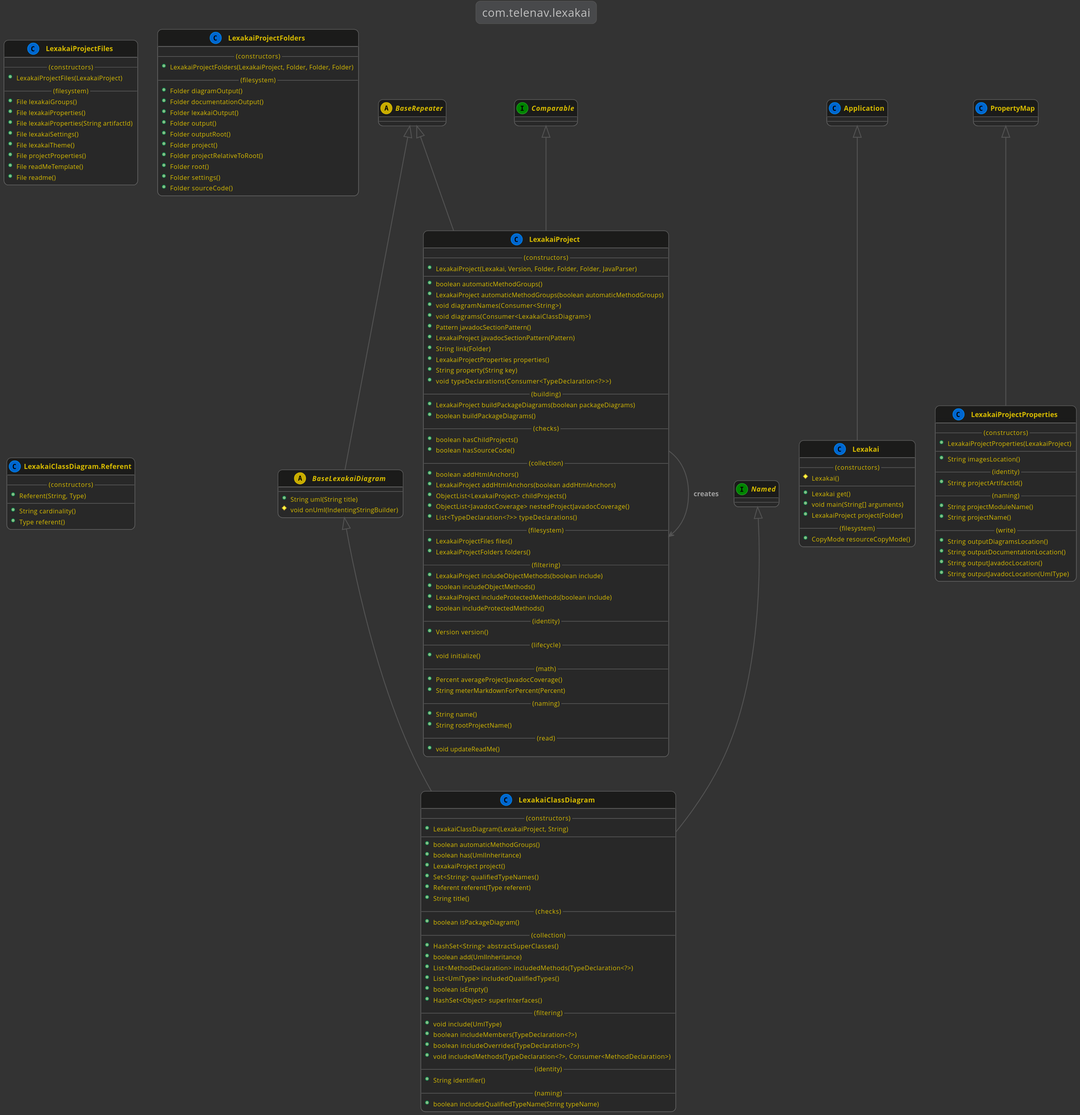
Earlier version of the PlantUML export docs/lexakai/lexakai/documentation/diagrams/com.telenav.lexakai.svg (Telenav/lexakai-assets).
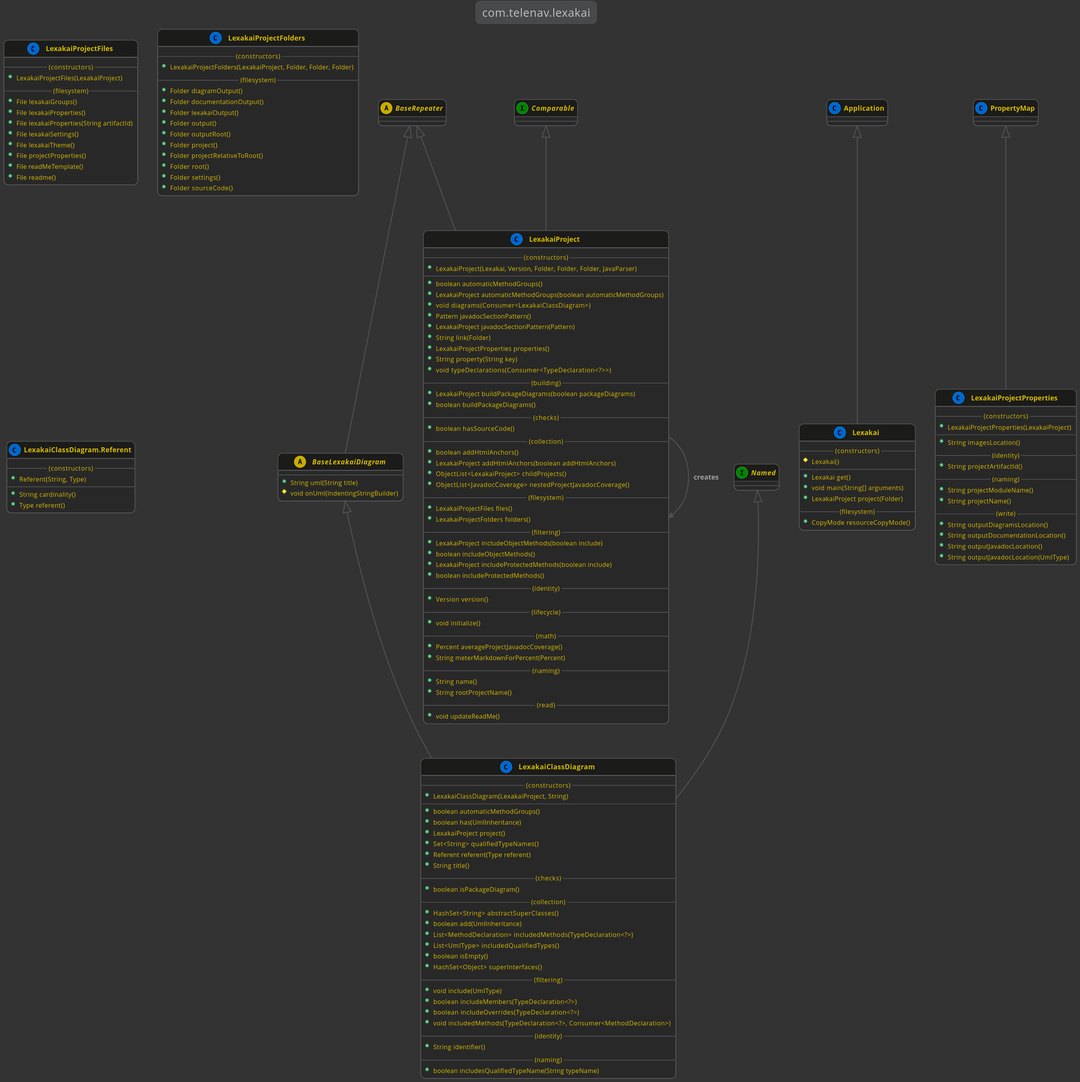
The same file after the commit.

What changed in the source:
```diff
@@ -74,7 +74,6 @@
         --
         +boolean automaticMethodGroups()
         +LexakaiProject automaticMethodGroups(boolean automaticMethodGroups)
-        +void diagramNames(Consumer<String>)
         +void diagrams(Consumer<LexakaiClassDiagram>)
         +Pattern javadocSectionPattern()
         +LexakaiProject javadocSectionPattern(Pattern)
@@ -86,14 +85,12 @@
         +LexakaiProject buildPackageDiagrams(boolean packageDiagrams)
         +boolean buildPackageDiagrams()
         --(checks)--
-        +boolean hasChildProjects()
         +boolean hasSourceCode()
         --(collection)--
         +boolean addHtmlAnchors()
         +LexakaiProject addHtmlAnchors(boolean addHtmlAnchors)
         +ObjectList<LexakaiProject> childProjects()
         +ObjectList<JavadocCoverage> nestedProjectJavadocCoverage()
-        +List<TypeDeclaration<?>> typeDeclarations()
         --(filesystem)--
         +LexakaiProjectFiles files()
         +LexakaiProjectFolders folders()
```
